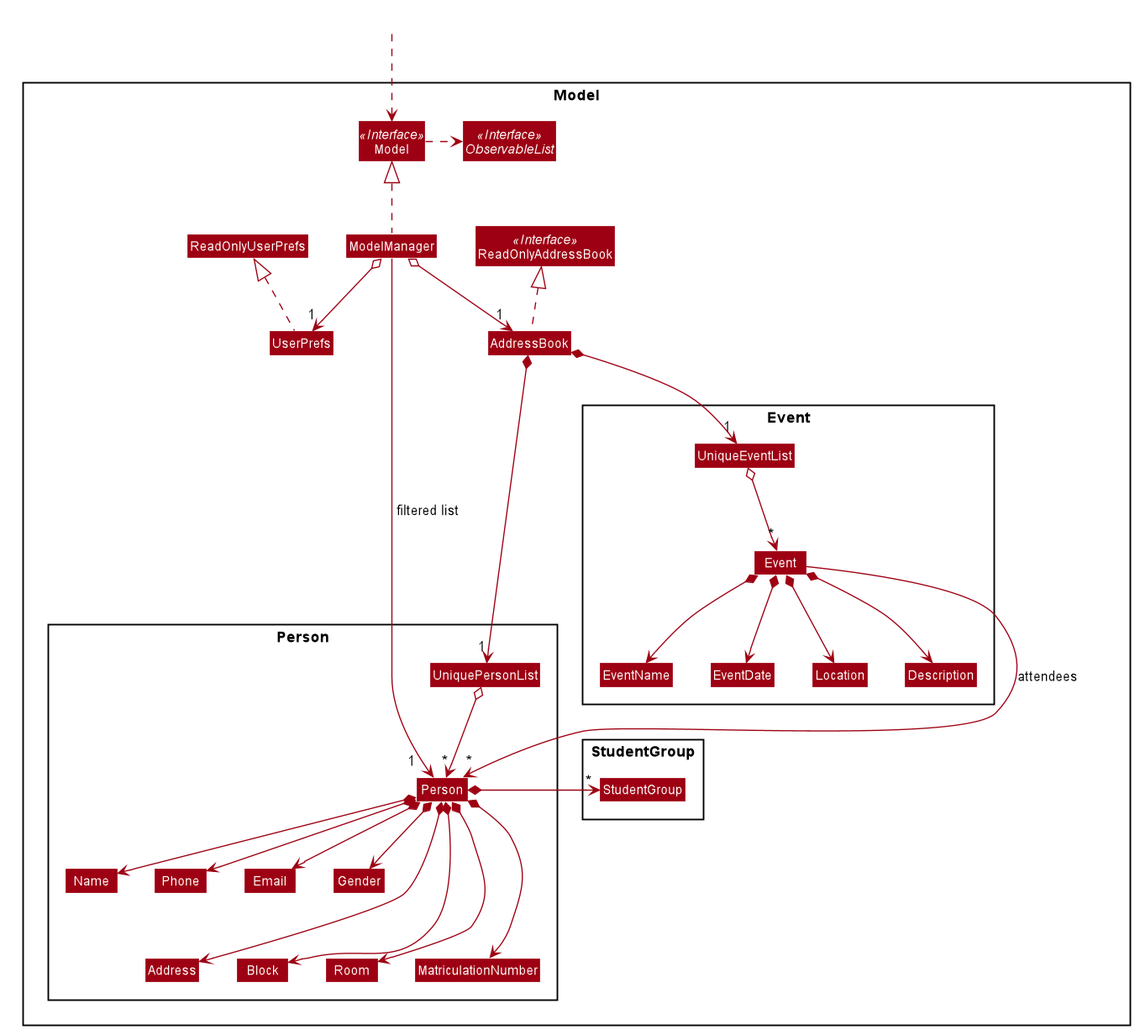
yanchenglee98/tp keeps this PlantUML diagram as docs/images/ModelClassDiagram.png. Above is the earlier version.
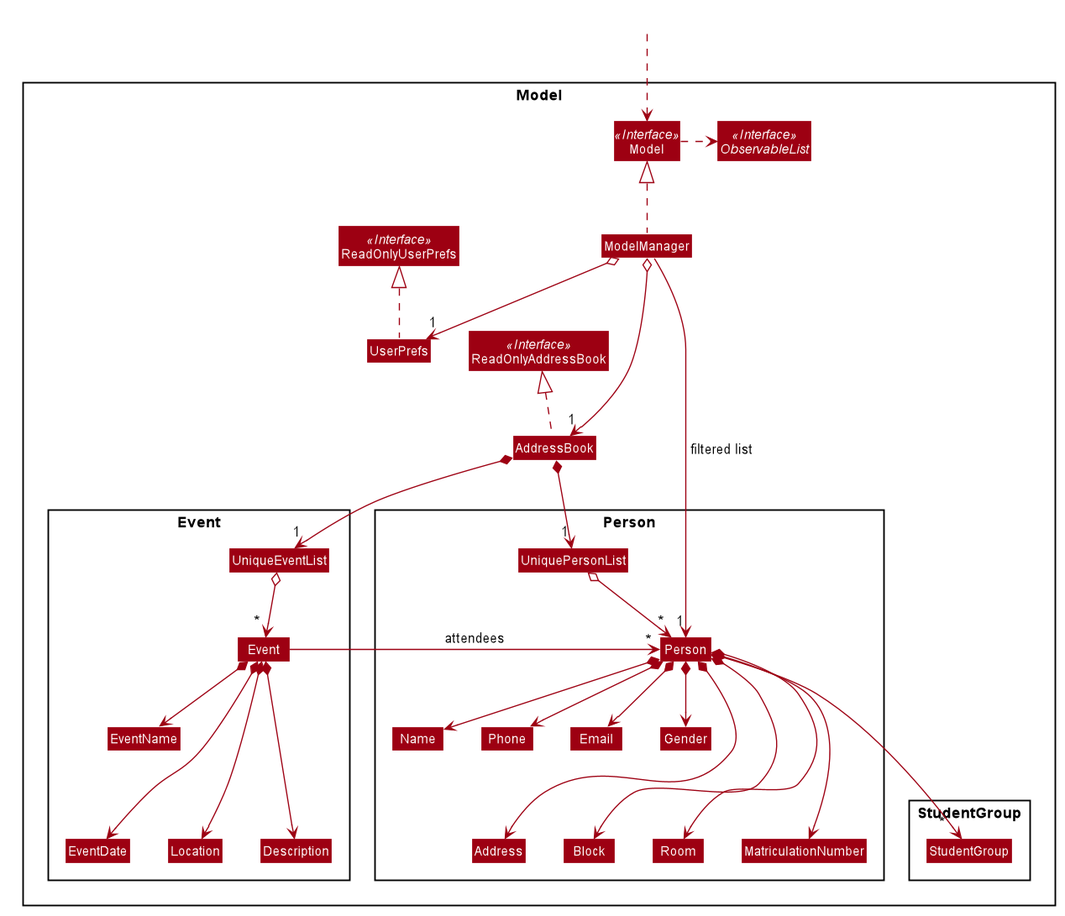
Later version of the same file.

Commit message:
DG: style model class diagram

Change to the diagram source:
```diff
@@ -60,7 +60,7 @@
 Class Model
 Class ModelManager
 Class UserPrefs
-Class ReadOnlyUserPrefs
+Class ReadOnlyUserPrefs <<Interface>>
 
 Package Person {
 Class Person
@@ -104,24 +104,23 @@
 AddressBook *--> "1" UniqueEventList
 AddressBook *--> "1" UniquePersonList
 
-UniqueEventList o--> "*" Event
+UniquePersonList o--> "*" Person
+Person *---> Block
+Person *---> Room
+Person *--> Name
+Person *--> Phone
+Person *--> Email
+Person *--> Gender
+Person *---> MatriculationNumber
+Person *---> Address
+
+UniqueEventList o--> " * " Event
 Event *--> EventName
-Event *--> EventDate
-Event *--> Location
-Event *--> Description
-Event ---> "*" Person : "attendees"
+Event *---> EventDate
+Event *---> Location
+Event *---> Description
+Event -> "*" Person : "attendees"
 
-UniquePersonList o--> "*" Person
-Person *-down-> Name
-Person *-down-> Phone
-Person *-down-> Email
-Person *-down-> Gender
-Person *---> Address
-Person *---> Room
-Person *---> Block
-Person *---> MatriculationNumber
-Person *->"*" StudentGroup
-
-ModelManager -->"        1 " Person : " filtered list"
-
+Person *--->"  *  " StudentGroup
+ModelManager ----->"1" Person : " filtered list"
 @enduml
```
